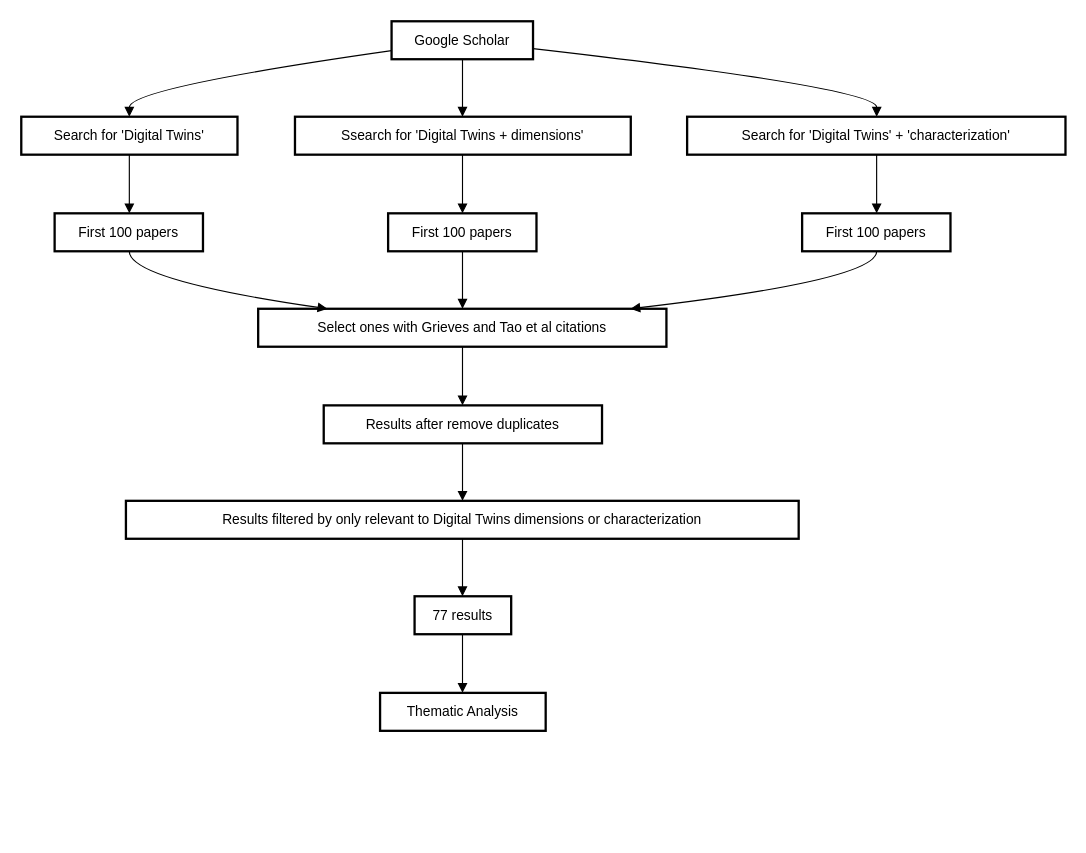
The draw.io diagram drawio/mams/dd-twins/methodology.drawio in scrodrig/Diagrams, before the edit. Source tidied: cells renumbered, new cells numbered last; positions are measured from the earlier drawing's top-left corner, leaving out a move shared by most shapes. Both pictures are drawn from the tidied source at 115%, with x=0, y=0 at pixel (21, 21).
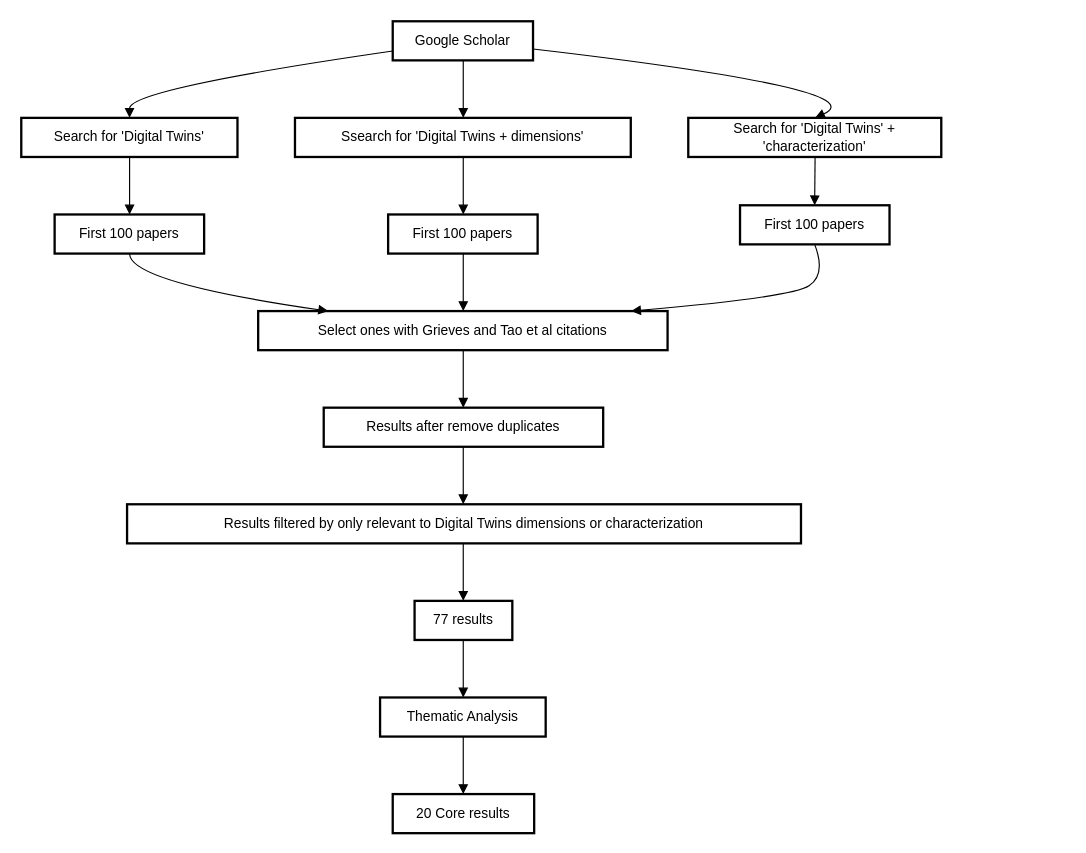
Above is the later version.

What changed in the source:
```diff
@@
     <mxCell id="2" value="Google Scholar" style="whiteSpace=wrap;strokeWidth=2;" parent="1" vertex="1">
-      <mxGeometry x="322" width="123" height="33" as="geometry" />
+      <mxGeometry x="323" width="122" height="34" as="geometry" />
     </mxCell>
     <mxCell id="3" value="Search for 'Digital Twins'" style="whiteSpace=wrap;strokeWidth=2;" parent="1" vertex="1">
-      <mxGeometry y="83" width="188" height="33" as="geometry" />
+      <mxGeometry y="84" width="188" height="34" as="geometry" />
     </mxCell>
     <mxCell id="4" value="Ssearch for 'Digital Twins + dimensions'" style="whiteSpace=wrap;strokeWidth=2;" parent="1" vertex="1">
-      <mxGeometry x="238" y="83" width="292" height="33" as="geometry" />
+      <mxGeometry x="238" y="84" width="292" height="34" as="geometry" />
     </mxCell>
     <mxCell id="5" value="Search for 'Digital Twins' + 'characterization'" style="whiteSpace=wrap;strokeWidth=2;" parent="1" vertex="1">
-      <mxGeometry x="579" y="83" width="329" height="33" as="geometry" />
+      <mxGeometry x="580" y="84" width="220" height="34" as="geometry" />
     </mxCell>
-    <mxCell id="6" value="First 100 papers" style="whiteSpace=wrap;strokeWidth=2;" parent="1" vertex="1">
-      <mxGeometry x="29" y="167" width="129" height="33" as="geometry" />
-    </mxCell>
-    <mxCell id="7" value="First 100 papers" style="whiteSpace=wrap;strokeWidth=2;" parent="1" vertex="1">
-      <mxGeometry x="319" y="167" width="129" height="33" as="geometry" />
-    </mxCell>
-    <mxCell id="8" value="First 100 papers" style="whiteSpace=wrap;strokeWidth=2;" parent="1" vertex="1">
-      <mxGeometry x="679" y="167" width="129" height="33" as="geometry" />
-    </mxCell>
+    <mxCell id="27" value="First 100 papers" style="whiteSpace=wrap;strokeWidth=2;" parent="1" vertex="1">
+      <mxGeometry x="29" y="168" width="130" height="34" as="geometry" />
+    </mxCell>
+    <mxCell id="28" value="First 100 papers" style="whiteSpace=wrap;strokeWidth=2;" parent="1" vertex="1">
+      <mxGeometry x="319" y="168" width="130" height="34" as="geometry" />
+    </mxCell>
+    <mxCell id="29" value="First 100 papers" style="whiteSpace=wrap;strokeWidth=2;" parent="1" vertex="1">
+      <mxGeometry x="625" y="160" width="130" height="34" as="geometry" />
+    </mxCell>
     <mxCell id="9" value="Select ones with Grieves and Tao et al citations" style="whiteSpace=wrap;strokeWidth=2;" parent="1" vertex="1">
-      <mxGeometry x="206" y="250" width="355" height="33" as="geometry" />
+      <mxGeometry x="206" y="252" width="356" height="34" as="geometry" />
     </mxCell>
     <mxCell id="10" value="Results after remove duplicates" style="whiteSpace=wrap;strokeWidth=2;" parent="1" vertex="1">
-      <mxGeometry x="263" y="334" width="242" height="33" as="geometry" />
+      <mxGeometry x="263" y="336" width="243" height="34" as="geometry" />
     </mxCell>
     <mxCell id="11" value="Results filtered by only relevant to Digital Twins dimensions or characterization" style="whiteSpace=wrap;strokeWidth=2;" parent="1" vertex="1">
-      <mxGeometry x="91" y="417" width="585" height="33" as="geometry" />
+      <mxGeometry x="92" y="420" width="586" height="34" as="geometry" />
     </mxCell>
     <mxCell id="12" value="77 results" style="whiteSpace=wrap;strokeWidth=2;" parent="1" vertex="1">
-      <mxGeometry x="342" y="500" width="84" height="33" as="geometry" />
+      <mxGeometry x="342" y="504" width="85" height="34" as="geometry" />
     </mxCell>
     <mxCell id="13" value="Thematic Analysis" style="whiteSpace=wrap;strokeWidth=2;" parent="1" vertex="1">
-      <mxGeometry x="312" y="584" width="144" height="33" as="geometry" />
+      <mxGeometry x="312" y="588" width="144" height="34" as="geometry" />
     </mxCell>
+    <mxCell id="30" value="20 Core results" style="whiteSpace=wrap;strokeWidth=2;" parent="1" vertex="1">
+      <mxGeometry x="323" y="672" width="123" height="34" as="geometry" />
+    </mxCell>
-    <mxCell id="14" style="curved=1;startArrow=none;endArrow=block;exitX=0.0032139599807863312;exitY=0.7733436789552719;entryX=0.4998005400312708;entryY=0.012121258359966856;rounded=0;" parent="1" edge="1" source="2" target="3">
+    <mxCell id="14" style="curved=1;startArrow=none;endArrow=block;exitX=0.0012167008196721312;exitY=0.76046980896885;entryX=0.5009557845744681;entryY=0;rounded=0;" parent="1" edge="1" source="2" target="3">
       <mxGeometry relative="1" as="geometry">
         <Array as="points">
-          <mxPoint x="94" y="58" />
+          <mxPoint x="94" y="59" />
         </Array>
       </mxGeometry>
     </mxCell>
-    <mxCell id="15" style="curved=1;startArrow=none;endArrow=block;exitX=0.5014227890386814;exitY=1.0121212583599668;entryX=0.49888699675259524;entryY=0.012121258359966856;rounded=0;" parent="1" edge="1" source="2" target="4">
+    <mxCell id="15" style="curved=1;startArrow=none;endArrow=block;exitX=0.5026895491803278;exitY=1;entryX=0.5011237157534246;entryY=0;rounded=0;" parent="1" edge="1" source="2" target="4">
       <mxGeometry relative="1" as="geometry" />
     </mxCell>
-    <mxCell id="16" style="curved=1;startArrow=none;endArrow=block;exitX=0.9996316180965765;exitY=0.7210801245819791;entryX=0.5009308788914086;entryY=0.012121258359966856;rounded=0;" parent="1" edge="1" source="2" target="5">
+    <mxCell id="16" style="curved=1;startArrow=none;endArrow=block;exitX=1.0041623975409837;exitY=0.7095982543993699;entryX=0.501211056231003;entryY=0;rounded=0;" parent="1" edge="1" source="2" target="5">
       <mxGeometry relative="1" as="geometry">
         <Array as="points">
-          <mxPoint x="744" y="58" />
+          <mxPoint x="745" y="59" />
         </Array>
       </mxGeometry>
     </mxCell>
-    <mxCell id="17" style="curved=1;startArrow=none;endArrow=block;exitX=0.4998005400312708;exitY=1.0242425167199336;entryX=0.5035852831463481;entryY=-0.006060513583096591;rounded=0;" parent="1" edge="1" source="3" target="6">
-      <mxGeometry relative="1" as="geometry" />
-    </mxCell>
-    <mxCell id="18" style="curved=1;startArrow=none;endArrow=block;exitX=0.49888699675259524;exitY=1.0242425167199336;entryX=0.5013566128043241;entryY=-0.006060513583096591;rounded=0;" parent="1" edge="1" source="4" target="7">
-      <mxGeometry relative="1" as="geometry" />
-    </mxCell>
-    <mxCell id="19" style="curved=1;startArrow=none;endArrow=block;exitX=0.5009308788914086;exitY=1.0242425167199336;entryX=0.5023741019788639;entryY=-0.006060513583096591;rounded=0;" parent="1" edge="1" source="5" target="8">
-      <mxGeometry relative="1" as="geometry" />
-    </mxCell>
-    <mxCell id="20" style="curved=1;startArrow=none;endArrow=block;exitX=0.5035852831463481;exitY=1.0060607447768704;entryX=0.173664925136777;entryY=0.006060744776870265;rounded=0;" parent="1" edge="1" source="6" target="9">
-      <mxGeometry relative="1" as="geometry">
-        <Array as="points">
-          <mxPoint x="94" y="225" />
-        </Array>
-      </mxGeometry>
-    </mxCell>
-    <mxCell id="21" style="curved=1;startArrow=none;endArrow=block;exitX=0.5013566128043241;exitY=1.0060607447768704;entryX=0.5004929663429798;entryY=0.006060744776870265;rounded=0;" parent="1" edge="1" source="7" target="9">
-      <mxGeometry relative="1" as="geometry" />
-    </mxCell>
-    <mxCell id="22" style="curved=1;startArrow=none;endArrow=block;exitX=0.5023741019788639;exitY=1.0060607447768704;entryX=0.9067612232857255;entryY=0.006060744776870265;rounded=0;" parent="1" edge="1" source="8" target="9">
-      <mxGeometry relative="1" as="geometry">
-        <Array as="points">
-          <mxPoint x="744" y="225" />
-        </Array>
-      </mxGeometry>
-    </mxCell>
+    <mxCell id="31" style="curved=1;startArrow=none;endArrow=block;exitX=0.5009557845744681;exitY=1;entryX=0.5013822115384615;entryY=0;rounded=0;" parent="1" edge="1" source="3" target="27">
+      <mxGeometry relative="1" as="geometry" />
+    </mxCell>
+    <mxCell id="32" style="curved=1;startArrow=none;endArrow=block;exitX=0.5011237157534246;exitY=1;entryX=0.5025240384615385;entryY=0;rounded=0;" parent="1" edge="1" source="4" target="28">
+      <mxGeometry relative="1" as="geometry" />
+    </mxCell>
+    <mxCell id="33" style="curved=1;startArrow=none;endArrow=block;exitX=0.501211056231003;exitY=1;entryX=0.49921875;entryY=0;rounded=0;" parent="1" edge="1" source="5" target="29">
+      <mxGeometry relative="1" as="geometry" />
+    </mxCell>
+    <mxCell id="34" style="curved=1;startArrow=none;endArrow=block;exitX=0.5013822115384615;exitY=1;entryX=0.1710311538590155;entryY=0;rounded=0;" parent="1" edge="1" source="27" target="9">
+      <mxGeometry relative="1" as="geometry">
+        <Array as="points">
+          <mxPoint x="94" y="227" />
+        </Array>
+      </mxGeometry>
+    </mxCell>
+    <mxCell id="35" style="curved=1;startArrow=none;endArrow=block;exitX=0.5025240384615385;exitY=1;entryX=0.5009216994382022;entryY=0;rounded=0;" parent="1" edge="1" source="28" target="9">
+      <mxGeometry relative="1" as="geometry" />
+    </mxCell>
+    <mxCell id="36" style="curved=1;startArrow=none;endArrow=block;exitX=0.49921875;exitY=1;entryX=0.9108799199103798;entryY=0;rounded=0;" parent="1" edge="1" source="29" target="9">
+      <mxGeometry relative="1" as="geometry">
+        <Array as="points">
+          <mxPoint x="700" y="220" />
+          <mxPoint x="670" y="240" />
+        </Array>
+      </mxGeometry>
+    </mxCell>
-    <mxCell id="23" style="curved=1;startArrow=none;endArrow=block;exitX=0.5004929663429798;exitY=1.0181820031368372;entryX=0.4986570374039579;entryY=-0.012121027166193182;rounded=0;" parent="1" edge="1" source="9" target="10">
+    <mxCell id="23" style="curved=1;startArrow=none;endArrow=block;exitX=0.5009216994382022;exitY=1;entryX=0.499292695473251;entryY=0;rounded=0;" parent="1" edge="1" source="9" target="10">
       <mxGeometry relative="1" as="geometry" />
     </mxCell>
-    <mxCell id="24" style="curved=1;startArrow=none;endArrow=block;exitX=0.4986570374039579;exitY=1.0000002311937737;entryX=0.5002991505158253;entryY=2.3119377367424243e-7;rounded=0;" parent="1" edge="1" source="10" target="11">
+    <mxCell id="24" style="curved=1;startArrow=none;endArrow=block;exitX=0.499292695473251;exitY=1;entryX=0.4988534556313993;entryY=0;rounded=0;" parent="1" edge="1" source="10" target="11">
       <mxGeometry relative="1" as="geometry" />
     </mxCell>
-    <mxCell id="25" style="curved=1;startArrow=none;endArrow=block;exitX=0.5002991505158253;exitY=1.0121214895537405;entryX=0.49613098871140254;entryY=0.01212148955374053;rounded=0;" parent="1" edge="1" source="11" target="12">
+    <mxCell id="25" style="curved=1;startArrow=none;endArrow=block;exitX=0.4988534556313993;exitY=1;entryX=0.4979779411764706;entryY=0;rounded=0;" parent="1" edge="1" source="11" target="12">
       <mxGeometry relative="1" as="geometry" />
     </mxCell>
-    <mxCell id="26" style="curved=1;startArrow=none;endArrow=block;exitX=0.49613098871140254;exitY=1.0242427479137073;entryX=0.49774307674831814;entryY=-0.006060282389322917;rounded=0;" parent="1" edge="1" source="12" target="13">
+    <mxCell id="26" style="curved=1;startArrow=none;endArrow=block;exitX=0.4979779411764706;exitY=1;entryX=0.5022786458333334;entryY=0;rounded=0;" parent="1" edge="1" source="12" target="13">
       <mxGeometry relative="1" as="geometry" />
     </mxCell>
+    <mxCell id="37" style="curved=1;startArrow=none;endArrow=block;exitX=0.5022786458333334;exitY=1;entryX=0.49860264227642276;entryY=0;rounded=0;" parent="1" edge="1" source="13" target="30">
+      <mxGeometry relative="1" as="geometry" />
+    </mxCell>
```
